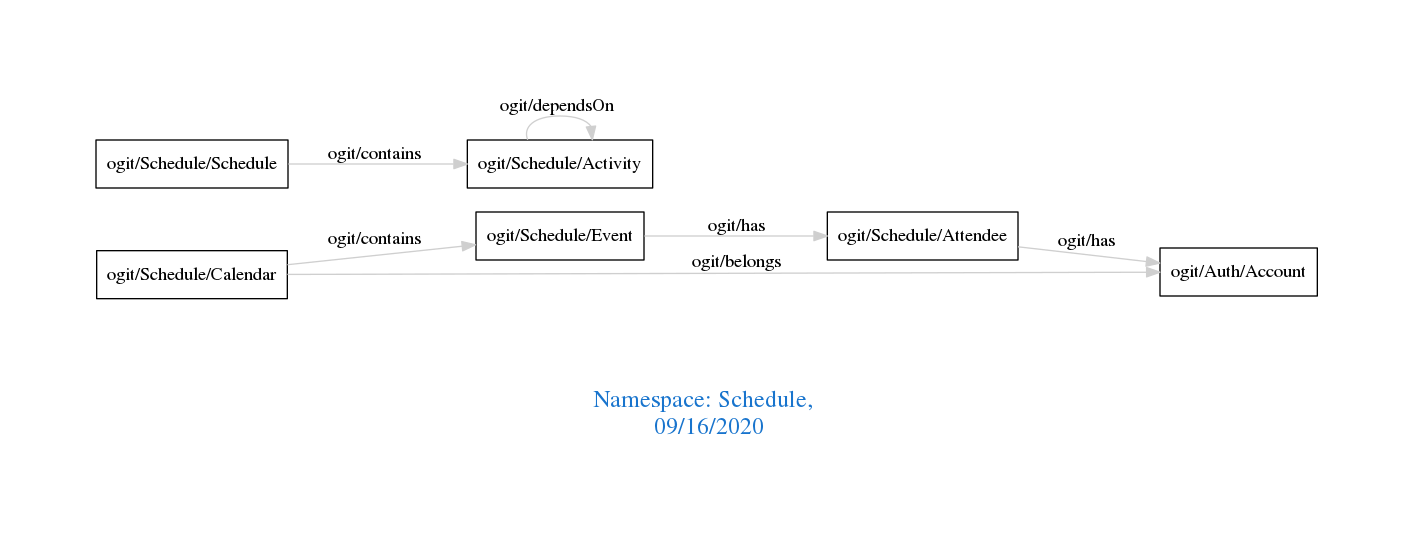
This is downloads/Schedule.png from arago/OGIT, a Graphviz export, as it was before one commit. Its source is kept beside it as downloads/Schedule.dot.
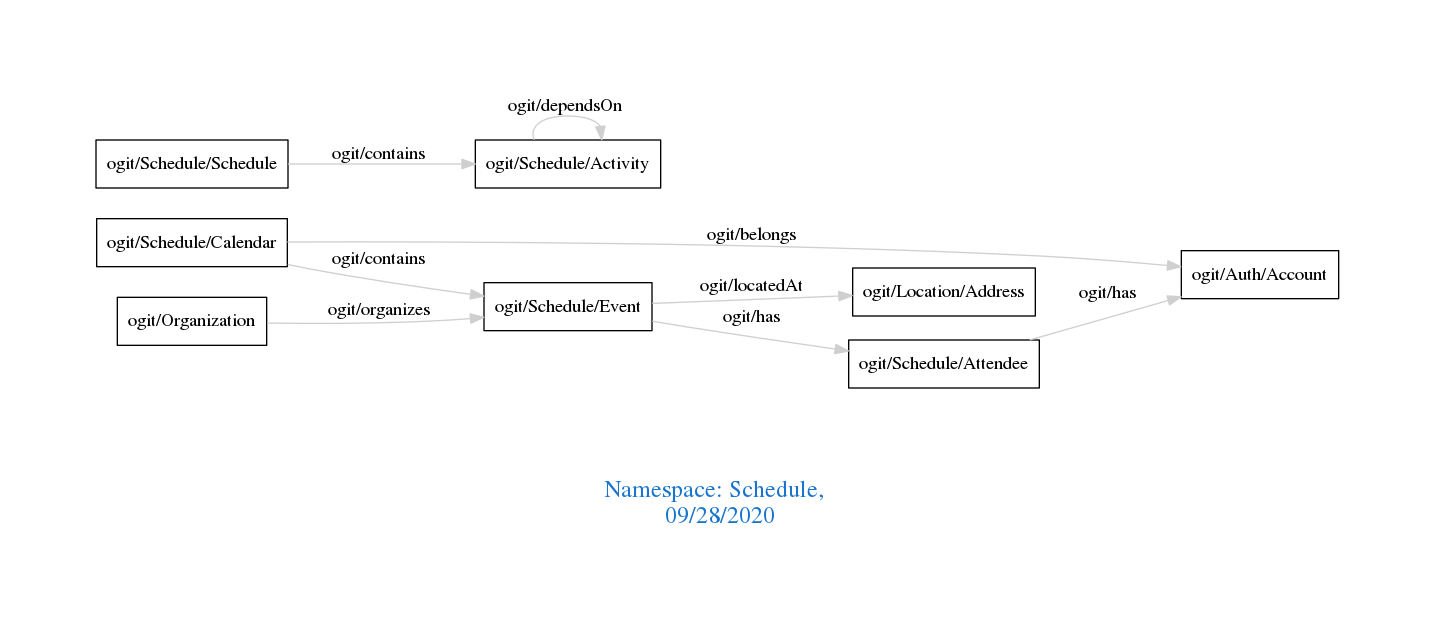
After the change.

Diff of the diagram source:
```diff
@@ -1,12 +1,14 @@
 digraph OGIT_ontology {
  graph [ rankdir= LR,pad=1
 fontsize = 18,
-fontcolor= dodgerblue3,label = "\n\n\nNamespace: Schedule, \n 09/16/2020"];
+fontcolor= dodgerblue3,label = "\n\n\nNamespace: Schedule, \n 09/28/2020"];
 node[shape=polygon];
 edge [  color="gray81"];
 
    "ogit/Schedule/Calendar" -> "ogit/Schedule/Event" [label="   ogit/contains    "];
    "ogit/Schedule/Schedule" -> "ogit/Schedule/Activity" [label="   ogit/contains    "];
+   "ogit/Schedule/Event" -> "ogit/Location/Address" [label="   ogit/locatedAt    "];
+   "ogit/Organization" -> "ogit/Schedule/Event" [label="   ogit/organizes    "];
    "ogit/Schedule/Calendar" -> "ogit/Auth/Account" [label="   ogit/belongs    "];
    "ogit/Schedule/Attendee" -> "ogit/Auth/Account" [label="   ogit/has    "];
    "ogit/Schedule/Event" -> "ogit/Schedule/Attendee" [label="   ogit/has    "];
```
